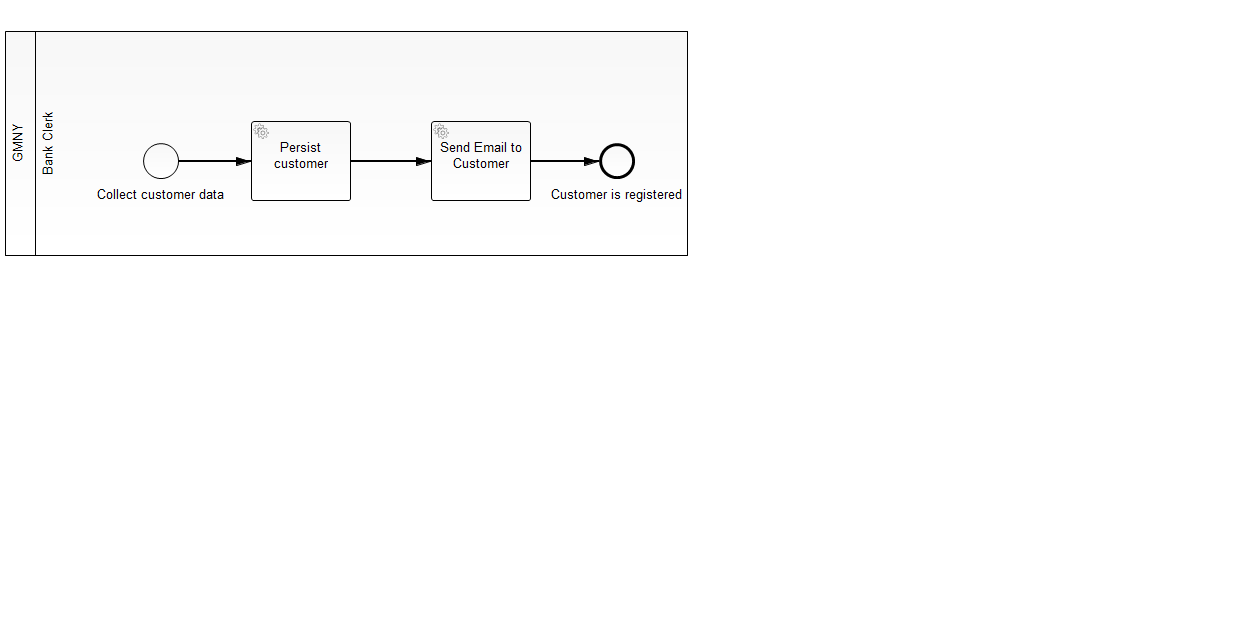
This is GMNYworkflow/gmny/src/main/resources/01-customer-registration.png from shaunthomas999/GMNY-WFM-CaseStudy, a BPMN export, as it was before one commit. Its source is kept beside it as GMNYworkflow/gmny/src/main/resources/01-customer-registration.bpmn. Ids are renumbered.
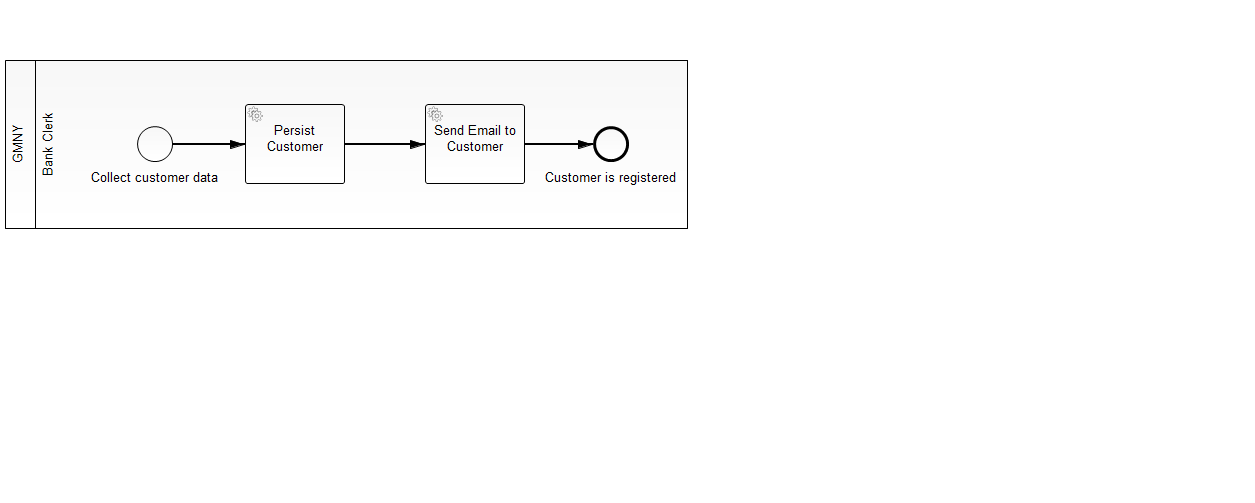
The same file after the commit.

The edit, as a diff of the source:
```diff
@@ -5,76 +5,76 @@
   <bpmn2:process id="Process_1" name="registerCustomer" isExecutable="true">
     <bpmn2:laneSet id="LaneSet_1" name="Lane Set 1">
       <bpmn2:lane id="Lane_1" name="Bank Clerk">
+        <bpmn2:flowNodeRef>StartEvent_1</bpmn2:flowNodeRef>
         <bpmn2:flowNodeRef>ServiceTask_1</bpmn2:flowNodeRef>
-        <bpmn2:flowNodeRef>StartEvent_1</bpmn2:flowNodeRef>
+        <bpmn2:flowNodeRef>ServiceTask_2</bpmn2:flowNodeRef>
         <bpmn2:flowNodeRef>EndEvent_3</bpmn2:flowNodeRef>
-        <bpmn2:flowNodeRef>ServiceTask_2</bpmn2:flowNodeRef>
       </bpmn2:lane>
     </bpmn2:laneSet>
-    <bpmn2:serviceTask id="ServiceTask_1" camunda:expression="${customerBusinessLogic.persistCustomer(execution)}" name="Persist customer">
+    <bpmn2:startEvent id="StartEvent_1" camunda:formKey="app:customerreg.jsf" name="Collect customer data">
+      <bpmn2:outgoing>SequenceFlow_1</bpmn2:outgoing>
+    </bpmn2:startEvent>
+    <bpmn2:sequenceFlow id="SequenceFlow_1" name="" sourceRef="StartEvent_1" targetRef="ServiceTask_1"/>
+    <bpmn2:serviceTask id="ServiceTask_1" camunda:expression="${customerBusinessLogic.persistCustomer(execution)}" name="Persist Customer">
       <bpmn2:incoming>SequenceFlow_1</bpmn2:incoming>
       <bpmn2:outgoing>SequenceFlow_2</bpmn2:outgoing>
     </bpmn2:serviceTask>
     <bpmn2:sequenceFlow id="SequenceFlow_2" name="" sourceRef="ServiceTask_1" targetRef="ServiceTask_2"/>
-    <bpmn2:startEvent id="StartEvent_1" camunda:formKey="app:customerreg.jsf" name="Collect customer data">
-      <bpmn2:outgoing>SequenceFlow_1</bpmn2:outgoing>
-    </bpmn2:startEvent>
-    <bpmn2:sequenceFlow id="SequenceFlow_1" name="" sourceRef="StartEvent_1" targetRef="ServiceTask_1"/>
-    <bpmn2:endEvent id="EndEvent_3" name="Customer is registered">
-      <bpmn2:incoming>SequenceFlow_7</bpmn2:incoming>
-    </bpmn2:endEvent>
     <bpmn2:serviceTask id="ServiceTask_2" name="Send Email to Customer">
       <bpmn2:incoming>SequenceFlow_2</bpmn2:incoming>
       <bpmn2:outgoing>SequenceFlow_7</bpmn2:outgoing>
     </bpmn2:serviceTask>
     <bpmn2:sequenceFlow id="SequenceFlow_7" name="" sourceRef="ServiceTask_2" targetRef="EndEvent_3"/>
+    <bpmn2:endEvent id="EndEvent_3" name="Customer is registered">
+      <bpmn2:incoming>SequenceFlow_7</bpmn2:incoming>
+    </bpmn2:endEvent>
   </bpmn2:process>
   <bpmndi:BPMNDiagram id="BPMNDiagram_1">
     <bpmndi:BPMNPlane id="BPMNPlane_1" bpmnElement="_Collaboration_2">
       <bpmndi:BPMNShape id="_BPMNShape_StartEvent_2" bpmnElement="StartEvent_1">
-        <dc:Bounds height="36.0" width="36.0" x="138.0" y="143.0"/>
+        <dc:Bounds height="36.0" width="36.0" x="132.0" y="126.0"/>
         <bpmndi:BPMNLabel>
-          <dc:Bounds height="22.0" width="133.0" x="90.0" y="184.0"/>
+          <dc:Bounds height="22.0" width="133.0" x="84.0" y="167.0"/>
         </bpmndi:BPMNLabel>
       </bpmndi:BPMNShape>
       <bpmndi:BPMNShape id="_BPMNShape_ServiceTask_2" bpmnElement="ServiceTask_1">
-        <dc:Bounds height="80.0" width="100.0" x="246.0" y="121.0"/>
+        <dc:Bounds height="80.0" width="100.0" x="240.0" y="104.0"/>
       </bpmndi:BPMNShape>
       <bpmndi:BPMNEdge id="BPMNEdge_SequenceFlow_1" bpmnElement="SequenceFlow_1" sourceElement="_BPMNShape_StartEvent_2" targetElement="_BPMNShape_ServiceTask_2">
-        <di:waypoint xsi:type="dc:Point" x="174.0" y="161.0"/>
-        <di:waypoint xsi:type="dc:Point" x="246.0" y="161.0"/>
+        <di:waypoint xsi:type="dc:Point" x="168.0" y="144.0"/>
+        <di:waypoint xsi:type="dc:Point" x="240.0" y="144.0"/>
         <bpmndi:BPMNLabel>
-          <dc:Bounds height="6.0" width="6.0" x="192.0" y="161.0"/>
+          <dc:Bounds height="6.0" width="6.0" x="186.0" y="144.0"/>
         </bpmndi:BPMNLabel>
       </bpmndi:BPMNEdge>
       <bpmndi:BPMNShape id="_BPMNShape_ServiceTask_3" bpmnElement="ServiceTask_2">
-        <dc:Bounds height="80.0" width="100.0" x="426.0" y="121.0"/>
+        <dc:Bounds height="80.0" width="100.0" x="420.0" y="104.0"/>
       </bpmndi:BPMNShape>
       <bpmndi:BPMNEdge id="BPMNEdge_SequenceFlow_2" bpmnElement="SequenceFlow_2" sourceElement="_BPMNShape_ServiceTask_2" targetElement="_BPMNShape_ServiceTask_3">
-        <di:waypoint xsi:type="dc:Point" x="346.0" y="161.0"/>
-        <di:waypoint xsi:type="dc:Point" x="426.0" y="161.0"/>
+        <di:waypoint xsi:type="dc:Point" x="340.0" y="144.0"/>
+        <di:waypoint xsi:type="dc:Point" x="420.0" y="144.0"/>
         <bpmndi:BPMNLabel>
-          <dc:Bounds height="6.0" width="6.0" x="368.0" y="161.0"/>
+          <dc:Bounds height="6.0" width="6.0" x="362.0" y="144.0"/>
         </bpmndi:BPMNLabel>
       </bpmndi:BPMNEdge>
       <bpmndi:BPMNShape id="_BPMNShape_EndEvent_16" bpmnElement="EndEvent_3">
-        <dc:Bounds height="36.0" width="36.0" x="594.0" y="143.0"/>
+        <dc:Bounds height="36.0" width="36.0" x="588.0" y="126.0"/>
         <bpmndi:BPMNLabel>
-          <dc:Bounds height="22.0" width="137.0" x="544.0" y="184.0"/>
+          <dc:Bounds height="22.0" width="137.0" x="538.0" y="167.0"/>
         </bpmndi:BPMNLabel>
       </bpmndi:BPMNShape>
       <bpmndi:BPMNEdge id="BPMNEdge_SequenceFlow_7" bpmnElement="SequenceFlow_7" sourceElement="_BPMNShape_ServiceTask_3" targetElement="_BPMNShape_EndEvent_16">
-        <di:waypoint xsi:type="dc:Point" x="526.0" y="161.0"/>
-        <di:waypoint xsi:type="dc:Point" x="594.0" y="161.0"/>
+        <di:waypoint xsi:type="dc:Point" x="520.0" y="144.0"/>
+        <di:waypoint xsi:type="dc:Point" x="588.0" y="144.0"/>
         <bpmndi:BPMNLabel>
-          <dc:Bounds height="6.0" width="6.0" x="548.0" y="161.0"/>
+          <dc:Bounds height="6.0" width="6.0" x="542.0" y="144.0"/>
         </bpmndi:BPMNLabel>
       </bpmndi:BPMNEdge>
       <bpmndi:BPMNShape id="_BPMNShape_Participant_2" bpmnElement="_Participant_2" isHorizontal="true">
-        <dc:Bounds height="225.0" width="683.0" x="0.0" y="31.0"/>
+        <dc:Bounds height="169.0" width="683.0" x="0.0" y="60.0"/>
       </bpmndi:BPMNShape>
       <bpmndi:BPMNShape id="_BPMNShape_Lane_2" bpmnElement="Lane_1" isHorizontal="true">
-        <dc:Bounds height="225.0" width="653.0" x="30.0" y="31.0"/>
+        <dc:Bounds height="169.0" width="653.0" x="30.0" y="60.0"/>
       </bpmndi:BPMNShape>
     </bpmndi:BPMNPlane>
   </bpmndi:BPMNDiagram>
```
